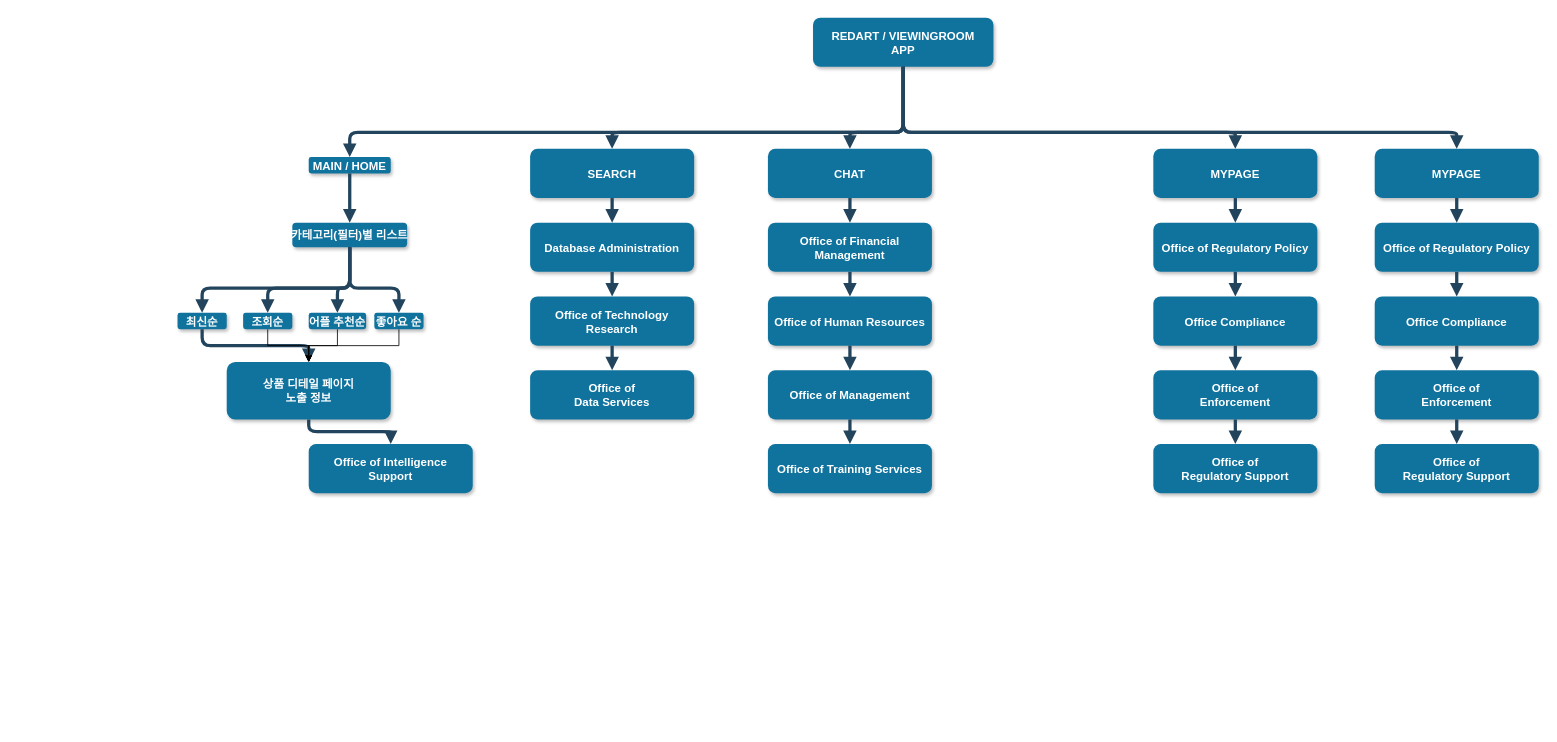
The draw.io diagram Untitled Diagram.drawio in jojojojo1322/daib_board, before the edit. Source tidied: cells renumbered, new cells numbered last; positions are measured from the earlier drawing's top-left corner, leaving out a move shared by most shapes. Both pictures are drawn from the tidied source at 82%, with x=0, y=0 at pixel (177, 17).
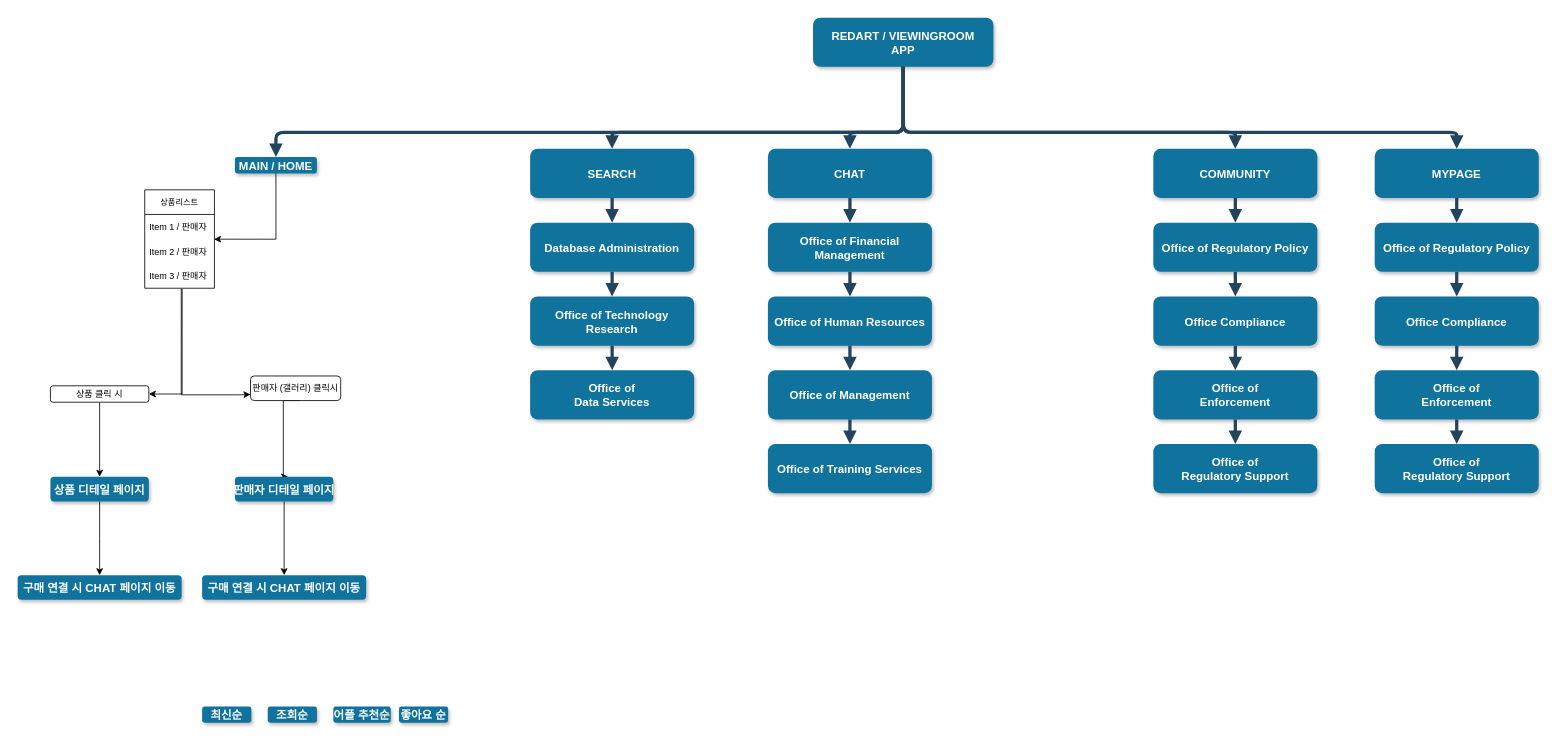
The same page after the edit.

What changed in the source:
```diff
@@
     <mxCell id="3" value="MAIN / HOME" style="rounded=1;fillColor=#10739E;strokeColor=none;shadow=1;gradientColor=none;fontStyle=1;fontColor=#FFFFFF;fontSize=14;" parent="1" vertex="1">
-      <mxGeometry x="160" y="170" width="100" height="20" as="geometry" />
+      <mxGeometry x="70" y="170" width="100" height="20" as="geometry" />
     </mxCell>
-    <mxCell id="4" value="카테고리(필터)별 리스트" style="rounded=1;fillColor=#10739E;strokeColor=none;shadow=1;gradientColor=none;fontStyle=1;fontColor=#FFFFFF;fontSize=14;" parent="1" vertex="1">
-      <mxGeometry x="140" y="250" width="140" height="30" as="geometry" />
-    </mxCell>
+    <mxCell id="60" style="edgeStyle=orthogonalEdgeStyle;rounded=0;jettySize=auto;html=1;entryX=1;entryY=0.5;entryDx=0;entryDy=0;fontSize=11;exitX=0.537;exitY=1.025;exitDx=0;exitDy=0;exitPerimeter=0;" parent="1" edge="1" source="74" target="65">
+      <mxGeometry relative="1" as="geometry" />
+    </mxCell>
+    <mxCell id="61" style="edgeStyle=orthogonalEdgeStyle;rounded=0;jettySize=auto;html=1;fontSize=11;exitX=0.524;exitY=1.025;exitDx=0;exitDy=0;exitPerimeter=0;entryX=0;entryY=0.75;entryDx=0;entryDy=0;" parent="1" edge="1" source="74" target="67">
+      <mxGeometry relative="1" as="geometry">
+        <Array as="points">
+          <mxPoint x="5" y="460" />
+          <mxPoint x="75" y="460" />
+        </Array>
+      </mxGeometry>
+    </mxCell>
+    <mxCell id="62" style="edgeStyle=orthogonalEdgeStyle;rounded=0;jettySize=auto;html=1;exitX=0.5;exitY=1;exitDx=0;exitDy=0;entryX=0.994;entryY=0.006;entryDx=0;entryDy=0;fontSize=6;entryPerimeter=0;" parent="1" edge="1" source="3" target="73">
+      <mxGeometry relative="1" as="geometry">
+        <Array as="points">
+          <mxPoint x="120" y="270" />
+        </Array>
+      </mxGeometry>
+    </mxCell>
     <mxCell id="5" value="최신순" style="rounded=1;fillColor=#10739E;strokeColor=none;shadow=1;gradientColor=none;fontStyle=1;fontColor=#FFFFFF;fontSize=14;" parent="1" vertex="1">
-      <mxGeometry y="360" width="60" height="20" as="geometry" />
+      <mxGeometry x="30" y="840" width="60" height="20" as="geometry" />
     </mxCell>
+    <mxCell id="63" style="edgeStyle=orthogonalEdgeStyle;rounded=0;jettySize=auto;html=1;" parent="1" edge="1" source="6">
+      <mxGeometry relative="1" as="geometry">
+        <mxPoint x="-95" y="680" as="targetPoint" />
+      </mxGeometry>
+    </mxCell>
-    <mxCell id="6" value="상품 디테일 페이지&#10;노출 정보" style="rounded=1;fillColor=#10739E;strokeColor=none;shadow=1;gradientColor=none;fontStyle=1;fontColor=#FFFFFF;fontSize=14;" parent="1" vertex="1">
-      <mxGeometry x="60" y="420" width="200" height="70" as="geometry" />
+    <mxCell id="6" value="상품 디테일 페이지" style="rounded=1;fillColor=#10739E;strokeColor=none;shadow=1;gradientColor=none;fontStyle=1;fontColor=#FFFFFF;fontSize=14;" parent="1" vertex="1">
+      <mxGeometry x="-155" y="560" width="120" height="30" as="geometry" />
     </mxCell>
-    <mxCell id="7" value="Office of Intelligence &#10;Support" style="rounded=1;fillColor=#10739E;strokeColor=none;shadow=1;gradientColor=none;fontStyle=1;fontColor=#FFFFFF;fontSize=14;" parent="1" vertex="1">
-      <mxGeometry x="160" y="520" width="200" height="60" as="geometry" />
+    <mxCell id="7" value="구매 연결 시 CHAT 페이지 이동" style="rounded=1;fillColor=#10739E;strokeColor=none;shadow=1;gradientColor=none;fontStyle=1;fontColor=#FFFFFF;fontSize=14;" parent="1" vertex="1">
+      <mxGeometry x="-195" y="680" width="200" height="29.8" as="geometry" />
     </mxCell>
@@
-    <mxCell id="17" value="MYPAGE" style="rounded=1;fillColor=#10739E;strokeColor=none;shadow=1;gradientColor=none;fontStyle=1;fontColor=#FFFFFF;fontSize=14;" parent="1" vertex="1">
+    <mxCell id="17" value="COMMUNITY" style="rounded=1;fillColor=#10739E;strokeColor=none;shadow=1;gradientColor=none;fontStyle=1;fontColor=#FFFFFF;fontSize=14;" parent="1" vertex="1">
       <mxGeometry x="1190" y="160" width="200" height="60" as="geometry" />
     </mxCell>
@@
-    <mxCell id="24" style="edgeStyle=elbowEdgeStyle;elbow=vertical;strokeWidth=4;endArrow=block;endFill=1;fontStyle=1;strokeColor=#23445D;" parent="1" edge="1" source="3" target="4">
-      <mxGeometry x="-30" y="-260" as="geometry" />
-    </mxCell>
-    <mxCell id="25" style="edgeStyle=elbowEdgeStyle;elbow=vertical;strokeWidth=4;endArrow=block;endFill=1;fontStyle=1;strokeColor=#23445D;" parent="1" edge="1" source="4" target="5">
-      <mxGeometry x="-30" y="-250" as="geometry">
-        <Array as="points">
-          <mxPoint x="90" y="330" />
-          <mxPoint x="90" y="320" />
-        </Array>
-      </mxGeometry>
-    </mxCell>
-    <mxCell id="26" style="edgeStyle=elbowEdgeStyle;elbow=vertical;strokeWidth=4;endArrow=block;endFill=1;fontStyle=1;strokeColor=#23445D;" parent="1" edge="1" source="5" target="6">
-      <mxGeometry x="-30" y="-240" as="geometry" />
-    </mxCell>
-    <mxCell id="27" style="edgeStyle=elbowEdgeStyle;elbow=vertical;strokeWidth=4;endArrow=block;endFill=1;fontStyle=1;strokeColor=#23445D;" parent="1" edge="1" source="6" target="7">
-      <mxGeometry x="-30" y="-230" as="geometry" />
-    </mxCell>
@@
-    <mxCell id="51" style="edgeStyle=orthogonalEdgeStyle;rounded=0;jettySize=auto;html=1;" parent="1" edge="1" source="52" target="6">
-      <mxGeometry relative="1" as="geometry" />
-    </mxCell>
     <mxCell id="52" value="조회순" style="rounded=1;fillColor=#10739E;strokeColor=none;shadow=1;gradientColor=none;fontStyle=1;fontColor=#FFFFFF;fontSize=14;" parent="1" vertex="1">
-      <mxGeometry x="80" y="360" width="60" height="20" as="geometry" />
+      <mxGeometry x="110" y="840" width="60" height="20" as="geometry" />
     </mxCell>
-    <mxCell id="53" style="edgeStyle=elbowEdgeStyle;elbow=vertical;strokeWidth=4;endArrow=block;endFill=1;fontStyle=1;strokeColor=#23445D;entryX=0.5;entryY=0;entryDx=0;entryDy=0;exitX=0.5;exitY=1;exitDx=0;exitDy=0;" parent="1" edge="1" source="4" target="52">
-      <mxGeometry x="-30" y="-240" as="geometry">
-        <Array as="points">
-          <mxPoint x="190" y="330" />
-          <mxPoint x="220" y="335" />
-        </Array>
-      </mxGeometry>
-    </mxCell>
-    <mxCell id="54" style="edgeStyle=orthogonalEdgeStyle;rounded=0;jettySize=auto;html=1;" parent="1" edge="1" source="55" target="6">
-      <mxGeometry relative="1" as="geometry" />
-    </mxCell>
     <mxCell id="55" value="어플 추천순" style="rounded=1;fillColor=#10739E;strokeColor=none;shadow=1;gradientColor=none;fontStyle=1;fontColor=#FFFFFF;fontSize=14;" parent="1" vertex="1">
-      <mxGeometry x="160" y="360" width="70" height="20" as="geometry" />
+      <mxGeometry x="190" y="840" width="70" height="20" as="geometry" />
     </mxCell>
-    <mxCell id="56" style="edgeStyle=orthogonalEdgeStyle;rounded=0;jettySize=auto;html=1;" parent="1" edge="1" source="57" target="6">
-      <mxGeometry relative="1" as="geometry" />
-    </mxCell>
     <mxCell id="57" value="좋아요 순" style="rounded=1;fillColor=#10739E;strokeColor=none;shadow=1;gradientColor=none;fontStyle=1;fontColor=#FFFFFF;fontSize=14;" parent="1" vertex="1">
-      <mxGeometry x="240" y="360" width="60" height="20" as="geometry" />
+      <mxGeometry x="270" y="840" width="60" height="20" as="geometry" />
     </mxCell>
-    <mxCell id="58" style="edgeStyle=elbowEdgeStyle;elbow=vertical;strokeWidth=4;endArrow=block;endFill=1;fontStyle=1;strokeColor=#23445D;entryX=0.5;entryY=0;entryDx=0;entryDy=0;exitX=0.5;exitY=1;exitDx=0;exitDy=0;" parent="1" edge="1" source="4" target="55">
-      <mxGeometry x="50" y="-240" as="geometry">
-        <Array as="points">
-          <mxPoint x="270" y="330" />
-          <mxPoint x="300" y="335" />
-        </Array>
-      </mxGeometry>
-    </mxCell>
-    <mxCell id="59" style="edgeStyle=elbowEdgeStyle;elbow=vertical;strokeWidth=4;endArrow=block;endFill=1;fontStyle=1;strokeColor=#23445D;exitX=0.5;exitY=1;exitDx=0;exitDy=0;entryX=0.5;entryY=0;entryDx=0;entryDy=0;" parent="1" edge="1" source="4" target="57">
-      <mxGeometry x="130" y="-240" as="geometry">
-        <Array as="points">
-          <mxPoint x="270" y="330" />
-          <mxPoint x="207" y="290" />
-          <mxPoint x="220" y="330" />
-          <mxPoint x="380" y="335" />
-        </Array>
-      </mxGeometry>
-    </mxCell>
+    <mxCell id="64" style="edgeStyle=orthogonalEdgeStyle;rounded=0;jettySize=auto;html=1;fontSize=11;" parent="1" edge="1" source="65" target="6">
+      <mxGeometry relative="1" as="geometry" />
+    </mxCell>
+    <mxCell id="65" value="상품 클릭 시" style="rounded=1;whiteSpace=wrap;html=1;fontSize=11;" parent="1" vertex="1">
+      <mxGeometry x="-155" y="449" width="120" height="20" as="geometry" />
+    </mxCell>
+    <mxCell id="66" style="edgeStyle=orthogonalEdgeStyle;rounded=0;orthogonalLoop=1;jettySize=auto;html=1;entryX=0.5;entryY=0;entryDx=0;entryDy=0;fontSize=11;" parent="1" edge="1">
+      <mxGeometry relative="1" as="geometry">
+        <mxPoint x="149" y="467" as="sourcePoint" />
+        <mxPoint x="135" y="560" as="targetPoint" />
+        <Array as="points">
+          <mxPoint x="129" y="467" />
+          <mxPoint x="129" y="560" />
+        </Array>
+      </mxGeometry>
+    </mxCell>
+    <mxCell id="67" value="판매자 (갤러리) 클릭시" style="rounded=1;whiteSpace=wrap;html=1;fontSize=11;" parent="1" vertex="1">
+      <mxGeometry x="89" y="437" width="110" height="30" as="geometry" />
+    </mxCell>
+    <mxCell id="68" style="edgeStyle=orthogonalEdgeStyle;rounded=0;jettySize=auto;html=1;" parent="1" edge="1" source="69" target="70">
+      <mxGeometry relative="1" as="geometry" />
+    </mxCell>
+    <mxCell id="69" value="판매자 디테일 페이지" style="rounded=1;fillColor=#10739E;strokeColor=none;shadow=1;gradientColor=none;fontStyle=1;fontColor=#FFFFFF;fontSize=14;" parent="1" vertex="1">
+      <mxGeometry x="70" y="560" width="120" height="30" as="geometry" />
+    </mxCell>
+    <mxCell id="70" value="구매 연결 시 CHAT 페이지 이동" style="rounded=1;fillColor=#10739E;strokeColor=none;shadow=1;gradientColor=none;fontStyle=1;fontColor=#FFFFFF;fontSize=14;" parent="1" vertex="1">
+      <mxGeometry x="30" y="680" width="200" height="29.8" as="geometry" />
+    </mxCell>
+    <mxCell id="71" value="상품리스트" style="swimlane;fontStyle=0;horizontal=1;startSize=30;fontSize=10;" parent="1" vertex="1">
+      <mxGeometry x="-40" y="210" width="85" height="120" as="geometry" />
+    </mxCell>
+    <mxCell id="72" value="Item 1 / 판매자" style="text;strokeColor=none;fillColor=none;align=left;verticalAlign=middle;spacingLeft=4;spacingRight=4;overflow=hidden;fontSize=11;" parent="71" vertex="1">
+      <mxGeometry y="30" width="85" height="30" as="geometry" />
+    </mxCell>
+    <mxCell id="73" value="Item 2 / 판매자" style="text;strokeColor=none;fillColor=none;align=left;verticalAlign=middle;spacingLeft=4;spacingRight=4;overflow=hidden;points=[[0,0.5],[1,0.5]];portConstraint=eastwest;fontSize=11;" parent="71" vertex="1">
+      <mxGeometry y="60" width="85" height="30" as="geometry" />
+    </mxCell>
+    <mxCell id="74" value="Item 3 / 판매자" style="text;strokeColor=none;fillColor=none;align=left;verticalAlign=middle;spacingLeft=4;spacingRight=4;overflow=hidden;points=[[0,0.5],[1,0.5]];portConstraint=eastwest;fontSize=11;" parent="71" vertex="1">
+      <mxGeometry y="90" width="85" height="30" as="geometry" />
+    </mxCell>
```
